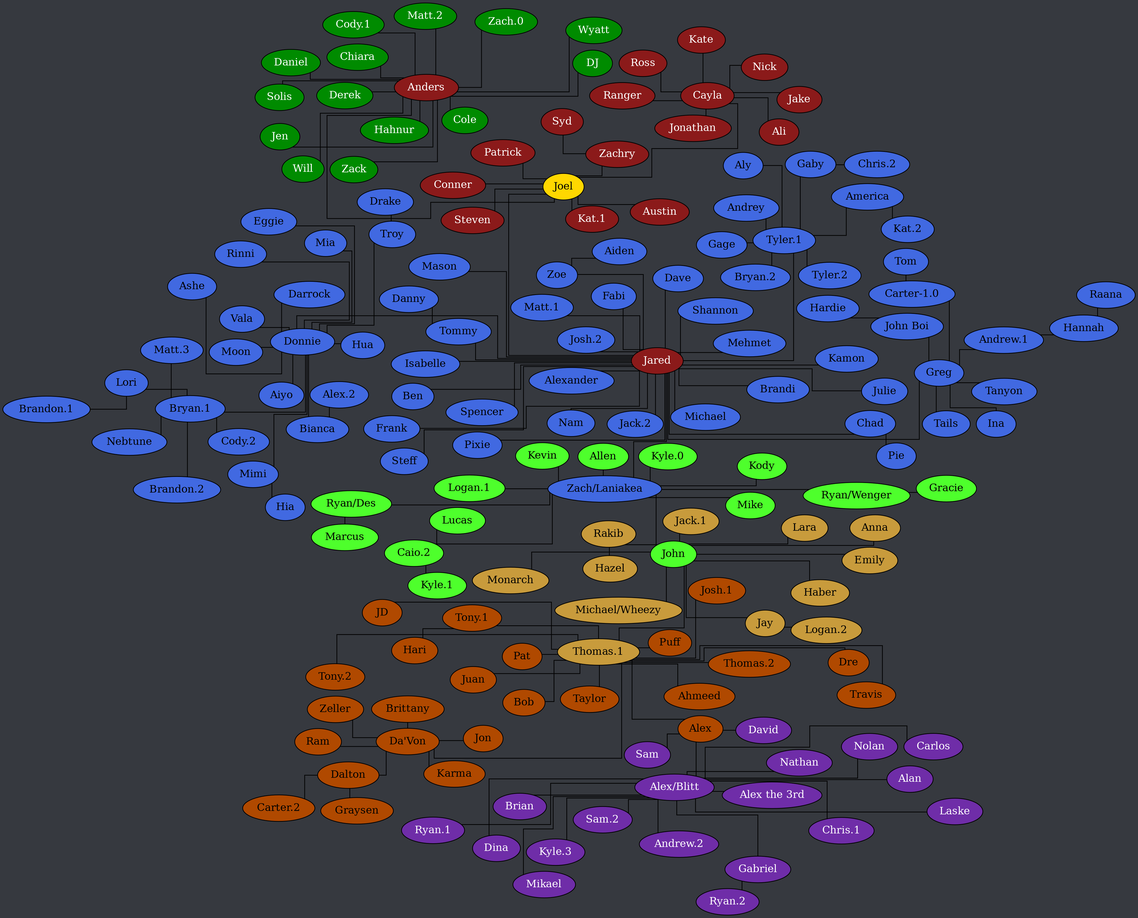
Earlier version of the Graphviz export tree.png (Documidas/CoronaCatzFamilyTree). Its source is kept beside it as tree.dot.
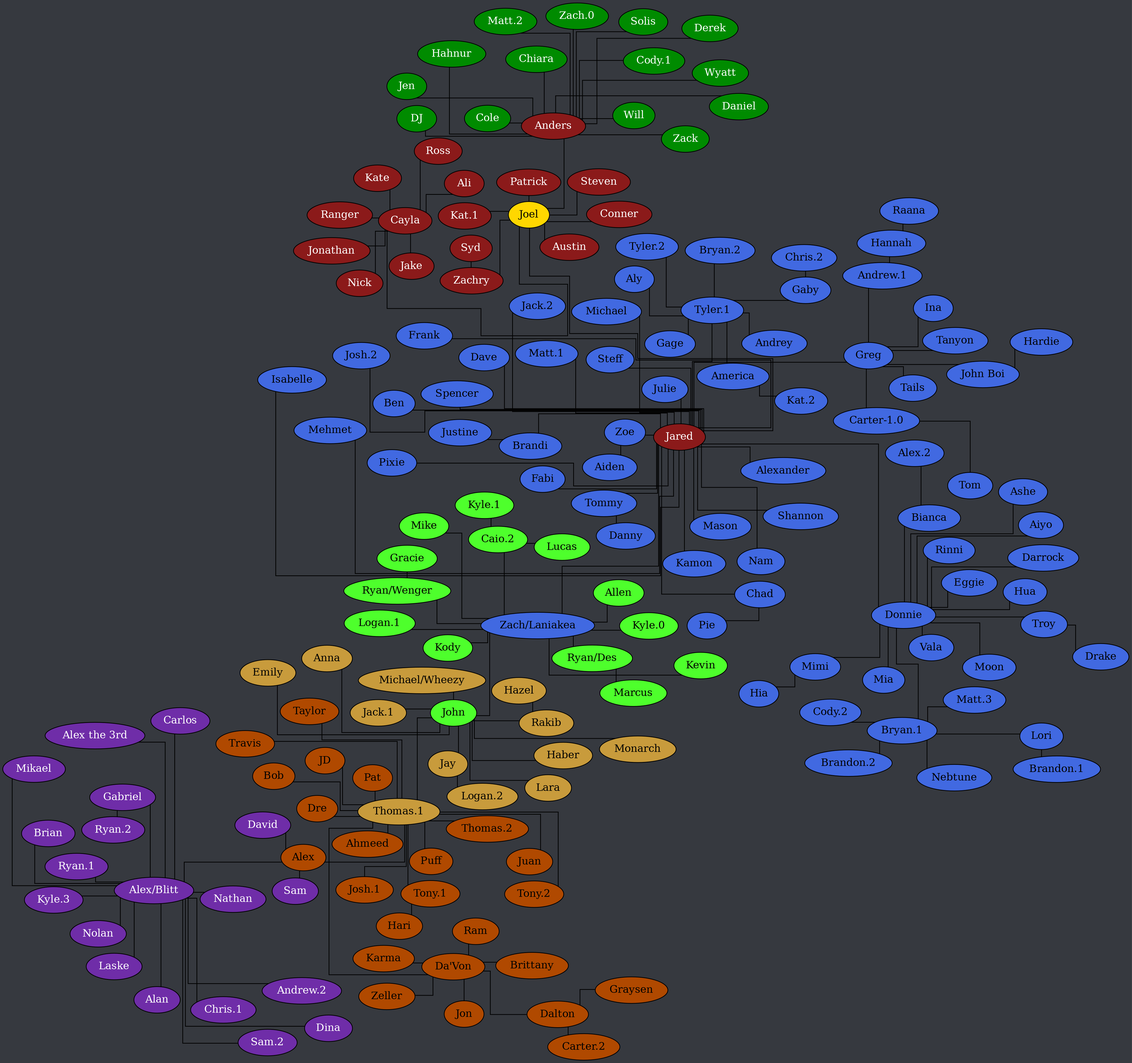
Later version of the same file.

The edit, as a diff of the source:
```diff
@@ -59,6 +59,7 @@
 		"Andrew.1" -- Hannah;
 		America -- "Kat.2";
 		Bianca -- "Alex.2";
+		Brandi -- Justine;
 		"Bryan.1" -- "Brandon.2";
 		"Bryan.1" -- "Cody.2";
 		"Bryan.1" -- Lori;
```
